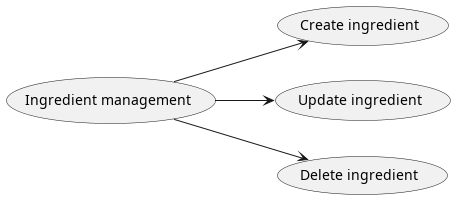
Earlier version of the PlantUML export doc/reports/usecaseAnalysis/img/ingredientManagement.png (iusildra/WineCellar).
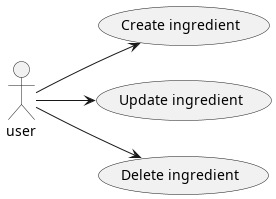
Above is the later version.

What changed in the source:
```diff
@@ -1,11 +1,10 @@
 @startuml ingredientManagement
 left to right direction
-(Ingredient management) as management
 (Create ingredient) as createI
 (Update ingredient) as updateI
 (Delete ingredient) as deleteI
 
-management --> createI
-management --> updateI
-management --> deleteI
+user --> createI
+user --> updateI
+user --> deleteI
 @enduml
```
